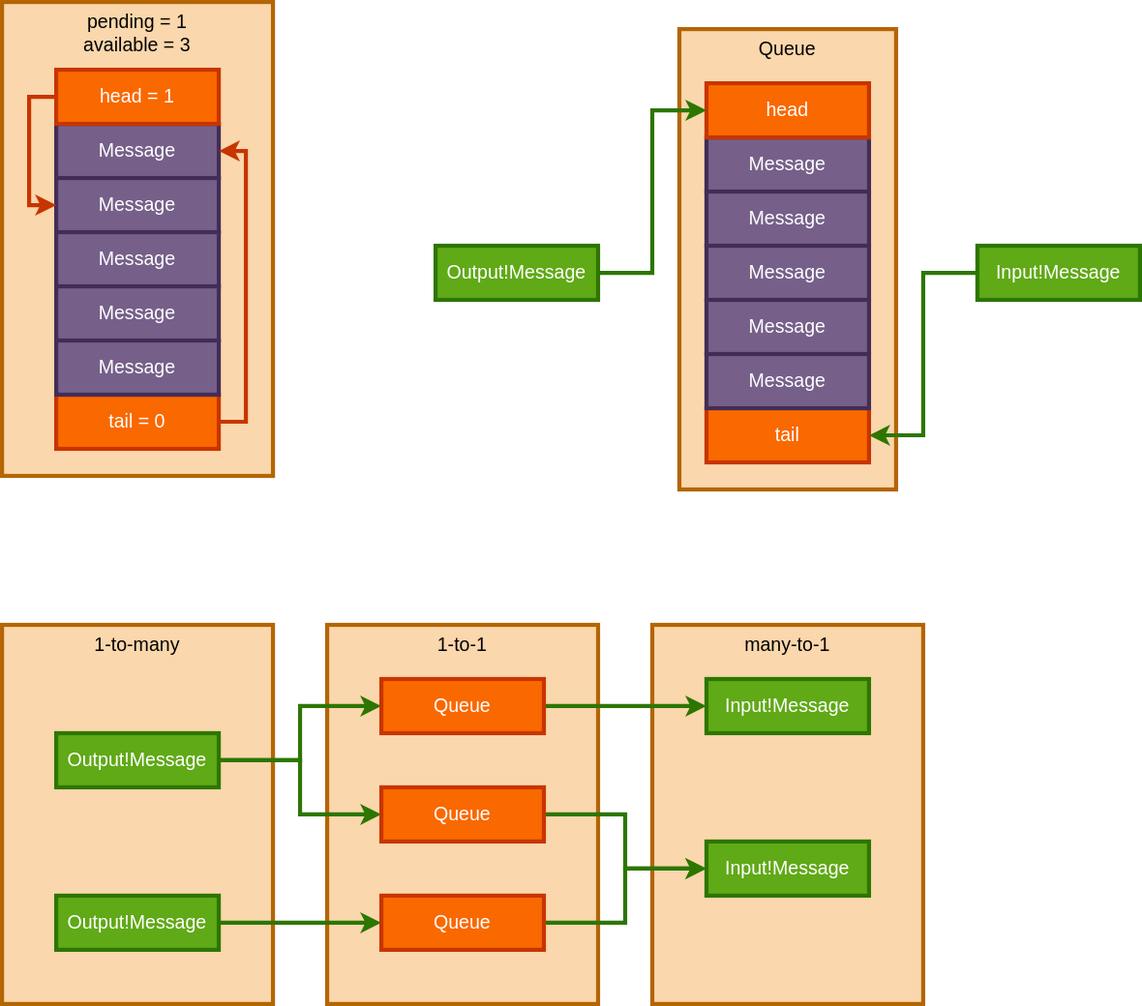
Earlier version of the draw.io export readme.drawio.svg (nin-jin/go.d). Source tidied: cells renumbered, new cells last; positions are measured from the earlier drawing's top-left corner, leaving out a move shared by most shapes.
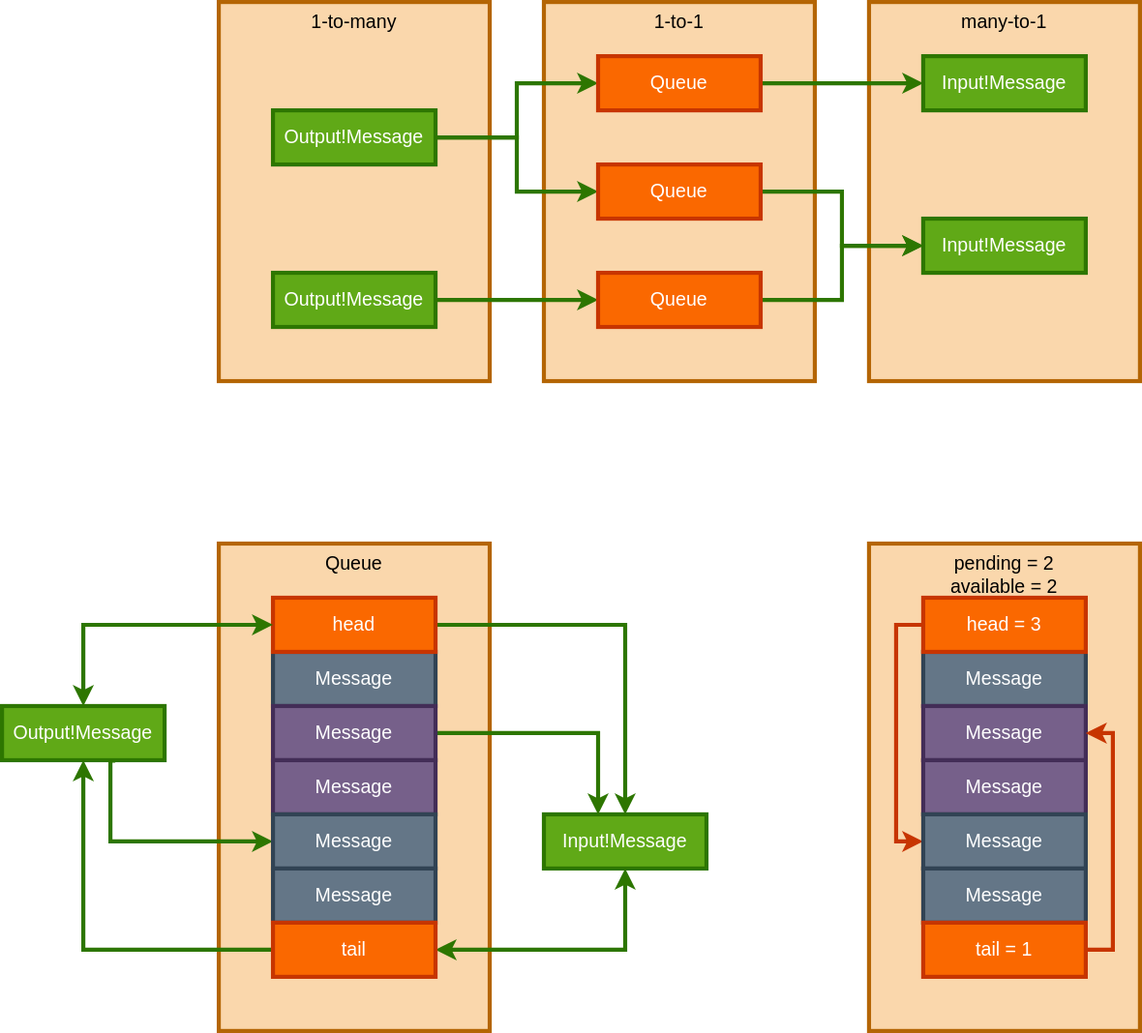
Above is the later version.

Change to the diagram source:
```diff
@@ -3,89 +3,117 @@
     <mxCell id="0" />
     <mxCell id="1" parent="0" />
     <mxCell id="2" value="1-to-1" style="rounded=0;whiteSpace=wrap;html=1;strokeWidth=3;verticalAlign=top;labelPosition=center;verticalLabelPosition=middle;align=center;fillColor=#fad7ac;strokeColor=#b46504;fontColor=#000000;fontStyle=0;fontSize=14;" parent="1" vertex="1">
-      <mxGeometry x="240" y="460" width="200" height="280" as="geometry" />
+      <mxGeometry x="360" y="20" width="200" height="280" as="geometry" />
     </mxCell>
     <mxCell id="3" value="many-to-1" style="rounded=0;whiteSpace=wrap;html=1;strokeWidth=3;verticalAlign=top;labelPosition=center;verticalLabelPosition=middle;align=center;fillColor=#fad7ac;strokeColor=#b46504;fontColor=#000000;fontStyle=0;fontSize=14;" parent="1" vertex="1">
-      <mxGeometry x="480" y="460" width="200" height="280" as="geometry" />
+      <mxGeometry x="600" y="20" width="200" height="280" as="geometry" />
     </mxCell>
     <mxCell id="4" value="1-to-many" style="rounded=0;whiteSpace=wrap;html=1;strokeWidth=3;verticalAlign=top;labelPosition=center;verticalLabelPosition=middle;align=center;fillColor=#fad7ac;strokeColor=#b46504;fontColor=#000000;fontStyle=0;fontSize=14;" parent="1" vertex="1">
-      <mxGeometry y="460" width="200" height="280" as="geometry" />
+      <mxGeometry x="120" y="20" width="200" height="280" as="geometry" />
     </mxCell>
-    <mxCell id="5" value="pending = 1&lt;br&gt;available = 3" style="rounded=0;whiteSpace=wrap;html=1;strokeWidth=3;verticalAlign=top;labelPosition=center;verticalLabelPosition=middle;align=center;fillColor=#fad7ac;strokeColor=#b46504;fontColor=#000000;fontStyle=0;fontSize=14;" parent="1" vertex="1">
-      <mxGeometry width="200" height="350" as="geometry" />
+    <mxCell id="5" value="pending = 2&lt;br&gt;available = 2" style="rounded=0;whiteSpace=wrap;html=1;strokeWidth=3;verticalAlign=top;labelPosition=center;verticalLabelPosition=middle;align=center;fillColor=#fad7ac;strokeColor=#b46504;fontColor=#000000;fontStyle=0;fontSize=14;" parent="1" vertex="1">
+      <mxGeometry x="600" y="420" width="200" height="360" as="geometry" />
     </mxCell>
     <mxCell id="6" value="Queue" style="rounded=0;whiteSpace=wrap;html=1;strokeWidth=3;verticalAlign=top;labelPosition=center;verticalLabelPosition=middle;align=center;fillColor=#fad7ac;strokeColor=#b46504;fontColor=#000000;fontStyle=0;fontSize=14;" parent="1" vertex="1">
-      <mxGeometry x="500" y="20" width="160" height="340" as="geometry" />
+      <mxGeometry x="120" y="420" width="200" height="360" as="geometry" />
     </mxCell>
-    <mxCell id="7" value="Message" style="rounded=0;whiteSpace=wrap;html=1;fillColor=#76608a;strokeColor=#432D57;fontColor=#ffffff;strokeWidth=3;fontStyle=0;fontSize=14;" parent="1" vertex="1">
-      <mxGeometry x="520" y="100" width="120" height="40" as="geometry" />
+    <mxCell id="7" value="Message" style="rounded=0;whiteSpace=wrap;html=1;fillColor=#647687;strokeColor=#314354;fontColor=#ffffff;strokeWidth=3;fontStyle=0;fontSize=14;" parent="1" vertex="1">
+      <mxGeometry x="160" y="500" width="120" height="40" as="geometry" />
     </mxCell>
+    <mxCell id="40" style="edgeStyle=orthogonalEdgeStyle;rounded=0;jettySize=auto;html=1;startArrow=none;startFill=0;endArrow=classic;endFill=1;strokeWidth=3;fillColor=#60a917;strokeColor=#2D7600;" parent="1" edge="1" source="8" target="13">
+      <mxGeometry relative="1" as="geometry">
+        <Array as="points">
+          <mxPoint x="400" y="560" />
+        </Array>
+      </mxGeometry>
+    </mxCell>
     <mxCell id="8" value="Message" style="rounded=0;whiteSpace=wrap;html=1;fillColor=#76608a;strokeColor=#432D57;fontColor=#ffffff;strokeWidth=3;fontStyle=0;fontSize=14;" parent="1" vertex="1">
-      <mxGeometry x="520" y="140" width="120" height="40" as="geometry" />
+      <mxGeometry x="160" y="540" width="120" height="40" as="geometry" />
     </mxCell>
     <mxCell id="9" value="Message" style="rounded=0;whiteSpace=wrap;html=1;fillColor=#76608a;strokeColor=#432D57;fontColor=#ffffff;strokeWidth=3;fontStyle=0;fontSize=14;" parent="1" vertex="1">
-      <mxGeometry x="520" y="180" width="120" height="40" as="geometry" />
+      <mxGeometry x="160" y="580" width="120" height="40" as="geometry" />
     </mxCell>
+    <mxCell id="41" style="edgeStyle=orthogonalEdgeStyle;rounded=0;jettySize=auto;html=1;startArrow=none;startFill=0;endArrow=classic;endFill=1;strokeWidth=3;fillColor=#60a917;strokeColor=#2D7600;" parent="1" edge="1" source="10" target="13">
+      <mxGeometry relative="1" as="geometry">
+        <Array as="points">
+          <mxPoint x="420" y="480" />
+        </Array>
+      </mxGeometry>
+    </mxCell>
     <mxCell id="10" value="head" style="rounded=0;whiteSpace=wrap;html=1;fillColor=#fa6800;strokeColor=#C73500;fontColor=#ffffff;strokeWidth=3;fontStyle=0;fontSize=14;" parent="1" vertex="1">
-      <mxGeometry x="520" y="60" width="120" height="40" as="geometry" />
+      <mxGeometry x="160" y="460" width="120" height="40" as="geometry" />
     </mxCell>
-    <mxCell id="11" value="tail" style="rounded=0;whiteSpace=wrap;html=1;fillColor=#fa6800;strokeColor=#C73500;fontColor=#ffffff;strokeWidth=3;fontStyle=0;fontSize=14;" parent="1" vertex="1">
-      <mxGeometry x="520" y="300" width="120" height="40" as="geometry" />
-    </mxCell>
+    <mxCell id="42" style="edgeStyle=orthogonalEdgeStyle;rounded=0;jettySize=auto;html=1;startArrow=none;startFill=0;endArrow=classic;endFill=1;strokeWidth=3;fillColor=#60a917;strokeColor=#2D7600;" parent="1" edge="1" source="11" target="15">
+      <mxGeometry relative="1" as="geometry" />
+    </mxCell>
-    <mxCell id="12" style="edgeStyle=orthogonalEdgeStyle;rounded=0;jettySize=auto;html=1;entryX=1;entryY=0.5;entryDx=0;entryDy=0;fontSize=14;fontColor=#000000;fillColor=#60a917;strokeColor=#2D7600;strokeWidth=3;" parent="1" edge="1" source="13" target="11">
-      <mxGeometry relative="1" as="geometry" />
+    <mxCell id="12" style="edgeStyle=orthogonalEdgeStyle;rounded=0;jettySize=auto;html=1;entryX=1;entryY=0.5;entryDx=0;entryDy=0;fontSize=14;fontColor=#000000;fillColor=#60a917;strokeColor=#2D7600;strokeWidth=3;startArrow=classic;startFill=1;" parent="1" edge="1" source="13" target="11">
+      <mxGeometry relative="1" as="geometry">
+        <Array as="points">
+          <mxPoint x="420" y="720" />
+        </Array>
+      </mxGeometry>
     </mxCell>
     <mxCell id="13" value="Input!Message" style="rounded=0;whiteSpace=wrap;html=1;fillColor=#60a917;strokeColor=#2D7600;fontColor=#ffffff;strokeWidth=3;fontStyle=0;fontSize=14;" parent="1" vertex="1">
-      <mxGeometry x="720" y="180" width="120" height="40" as="geometry" />
+      <mxGeometry x="360" y="620" width="120" height="40" as="geometry" />
     </mxCell>
-    <mxCell id="14" style="edgeStyle=orthogonalEdgeStyle;rounded=0;jettySize=auto;html=1;entryX=0;entryY=0.5;entryDx=0;entryDy=0;strokeWidth=3;fontSize=14;fontColor=#000000;fillColor=#60a917;strokeColor=#2D7600;" parent="1" edge="1" source="15" target="10">
-      <mxGeometry relative="1" as="geometry" />
+    <mxCell id="14" style="edgeStyle=orthogonalEdgeStyle;rounded=0;jettySize=auto;html=1;entryX=0;entryY=0.5;entryDx=0;entryDy=0;strokeWidth=3;fontSize=14;fontColor=#000000;fillColor=#60a917;strokeColor=#2D7600;startArrow=classic;startFill=1;" parent="1" edge="1" source="15" target="10">
+      <mxGeometry relative="1" as="geometry">
+        <Array as="points">
+          <mxPoint x="20" y="480" />
+        </Array>
+      </mxGeometry>
     </mxCell>
+    <mxCell id="43" style="edgeStyle=orthogonalEdgeStyle;rounded=0;jettySize=auto;html=1;startArrow=none;startFill=0;endArrow=classic;endFill=1;strokeWidth=3;fillColor=#60a917;strokeColor=#2D7600;exitX=0.684;exitY=1.043;exitDx=0;exitDy=0;exitPerimeter=0;" parent="1" edge="1" source="15" target="25">
+      <mxGeometry relative="1" as="geometry">
+        <Array as="points">
+          <mxPoint x="42" y="580" />
+          <mxPoint x="40" y="580" />
+          <mxPoint x="40" y="640" />
+        </Array>
+      </mxGeometry>
+    </mxCell>
     <mxCell id="15" value="Output!Message" style="rounded=0;whiteSpace=wrap;html=1;fillColor=#60a917;strokeColor=#2D7600;fontColor=#ffffff;strokeWidth=3;fontStyle=0;fontSize=14;" parent="1" vertex="1">
-      <mxGeometry x="320" y="180" width="120" height="40" as="geometry" />
+      <mxGeometry x="-40" y="540" width="120" height="40" as="geometry" />
     </mxCell>
-    <mxCell id="16" value="Message" style="rounded=0;whiteSpace=wrap;html=1;fillColor=#76608a;strokeColor=#432D57;fontColor=#ffffff;strokeWidth=3;fontStyle=0;fontSize=14;" parent="1" vertex="1">
-      <mxGeometry x="40" y="90" width="120" height="40" as="geometry" />
+    <mxCell id="16" value="Message" style="rounded=0;whiteSpace=wrap;html=1;fillColor=#647687;strokeColor=#314354;fontColor=#ffffff;strokeWidth=3;fontStyle=0;fontSize=14;" parent="1" vertex="1">
+      <mxGeometry x="640" y="500" width="120" height="40" as="geometry" />
     </mxCell>
     <mxCell id="17" value="Message" style="rounded=0;whiteSpace=wrap;html=1;fillColor=#76608a;strokeColor=#432D57;fontColor=#ffffff;strokeWidth=3;fontStyle=0;fontSize=14;" parent="1" vertex="1">
-      <mxGeometry x="40" y="130" width="120" height="40" as="geometry" />
+      <mxGeometry x="640" y="540" width="120" height="40" as="geometry" />
     </mxCell>
     <mxCell id="18" value="Message" style="rounded=0;whiteSpace=wrap;html=1;fillColor=#76608a;strokeColor=#432D57;fontColor=#ffffff;strokeWidth=3;fontStyle=0;fontSize=14;" parent="1" vertex="1">
-      <mxGeometry x="40" y="170" width="120" height="40" as="geometry" />
+      <mxGeometry x="640" y="580" width="120" height="40" as="geometry" />
     </mxCell>
-    <mxCell id="19" style="edgeStyle=orthogonalEdgeStyle;rounded=0;jettySize=auto;html=1;entryX=0;entryY=0.5;entryDx=0;entryDy=0;strokeWidth=3;fontSize=14;fontColor=#000000;fillColor=#fa6800;strokeColor=#C73500;" parent="1" edge="1" source="20" target="17">
+    <mxCell id="19" style="edgeStyle=orthogonalEdgeStyle;rounded=0;jettySize=auto;html=1;strokeWidth=3;fontSize=14;fontColor=#000000;fillColor=#fa6800;strokeColor=#C73500;" parent="1" edge="1" source="20" target="23">
       <mxGeometry relative="1" as="geometry">
         <Array as="points">
-          <mxPoint x="20" y="70" />
-          <mxPoint x="20" y="150" />
+          <mxPoint x="620" y="480" />
+          <mxPoint x="620" y="640" />
         </Array>
       </mxGeometry>
     </mxCell>
-    <mxCell id="20" value="head = 1" style="rounded=0;whiteSpace=wrap;html=1;fillColor=#fa6800;strokeColor=#C73500;fontColor=#ffffff;strokeWidth=3;fontStyle=0;fontSize=14;" parent="1" vertex="1">
-      <mxGeometry x="40" y="50" width="120" height="40" as="geometry" />
+    <mxCell id="20" value="head = 3" style="rounded=0;whiteSpace=wrap;html=1;fillColor=#fa6800;strokeColor=#C73500;fontColor=#ffffff;strokeWidth=3;fontStyle=0;fontSize=14;" parent="1" vertex="1">
+      <mxGeometry x="640" y="460" width="120" height="40" as="geometry" />
     </mxCell>
-    <mxCell id="21" style="edgeStyle=orthogonalEdgeStyle;rounded=0;jettySize=auto;html=1;entryX=1;entryY=0.5;entryDx=0;entryDy=0;strokeWidth=3;fontSize=14;fontColor=#000000;fillColor=#fa6800;strokeColor=#C73500;" parent="1" edge="1" source="22" target="16">
+    <mxCell id="21" style="edgeStyle=orthogonalEdgeStyle;rounded=0;jettySize=auto;html=1;strokeWidth=3;fontSize=14;fontColor=#000000;fillColor=#fa6800;strokeColor=#C73500;" parent="1" edge="1" source="22" target="17">
       <mxGeometry relative="1" as="geometry">
         <Array as="points">
-          <mxPoint x="180" y="310" />
-          <mxPoint x="180" y="110" />
+          <mxPoint x="780" y="720" />
+          <mxPoint x="780" y="560" />
         </Array>
       </mxGeometry>
     </mxCell>
-    <mxCell id="22" value="tail = 0" style="rounded=0;whiteSpace=wrap;html=1;fillColor=#fa6800;strokeColor=#C73500;fontColor=#ffffff;strokeWidth=3;fontStyle=0;fontSize=14;" parent="1" vertex="1">
-      <mxGeometry x="40" y="290" width="120" height="40" as="geometry" />
-    </mxCell>
-    <mxCell id="23" value="Message" style="rounded=0;whiteSpace=wrap;html=1;fillColor=#76608a;strokeColor=#432D57;fontColor=#ffffff;strokeWidth=3;fontStyle=0;fontSize=14;" parent="1" vertex="1">
-      <mxGeometry x="40" y="210" width="120" height="40" as="geometry" />
+    <mxCell id="23" value="Message" style="rounded=0;whiteSpace=wrap;html=1;fillColor=#647687;strokeColor=#314354;fontColor=#ffffff;strokeWidth=3;fontStyle=0;fontSize=14;" parent="1" vertex="1">
+      <mxGeometry x="640" y="620" width="120" height="40" as="geometry" />
     </mxCell>
-    <mxCell id="24" value="Message" style="rounded=0;whiteSpace=wrap;html=1;fillColor=#76608a;strokeColor=#432D57;fontColor=#ffffff;strokeWidth=3;fontStyle=0;fontSize=14;" parent="1" vertex="1">
-      <mxGeometry x="40" y="250" width="120" height="40" as="geometry" />
+    <mxCell id="24" value="Message" style="rounded=0;whiteSpace=wrap;html=1;fillColor=#647687;strokeColor=#314354;fontColor=#ffffff;strokeWidth=3;fontStyle=0;fontSize=14;" parent="1" vertex="1">
+      <mxGeometry x="640" y="660" width="120" height="40" as="geometry" />
     </mxCell>
-    <mxCell id="25" value="Message" style="rounded=0;whiteSpace=wrap;html=1;fillColor=#76608a;strokeColor=#432D57;fontColor=#ffffff;strokeWidth=3;fontStyle=0;fontSize=14;" parent="1" vertex="1">
-      <mxGeometry x="520" y="220" width="120" height="40" as="geometry" />
+    <mxCell id="25" value="Message" style="rounded=0;whiteSpace=wrap;html=1;fillColor=#647687;strokeColor=#314354;fontColor=#ffffff;strokeWidth=3;fontStyle=0;fontSize=14;" parent="1" vertex="1">
+      <mxGeometry x="160" y="620" width="120" height="40" as="geometry" />
     </mxCell>
-    <mxCell id="26" value="Message" style="rounded=0;whiteSpace=wrap;html=1;fillColor=#76608a;strokeColor=#432D57;fontColor=#ffffff;strokeWidth=3;fontStyle=0;fontSize=14;" parent="1" vertex="1">
-      <mxGeometry x="520" y="260" width="120" height="40" as="geometry" />
+    <mxCell id="26" value="Message" style="rounded=0;whiteSpace=wrap;html=1;fillColor=#647687;strokeColor=#314354;fontColor=#ffffff;strokeWidth=3;fontStyle=0;fontSize=14;" parent="1" vertex="1">
+      <mxGeometry x="160" y="660" width="120" height="40" as="geometry" />
     </mxCell>
     <mxCell id="27" style="edgeStyle=orthogonalEdgeStyle;rounded=0;jettySize=auto;html=1;fillColor=#60a917;strokeColor=#2D7600;strokeWidth=3;" parent="1" edge="1" source="29" target="32">
       <mxGeometry relative="1" as="geometry" />
@@ -94,16 +122,16 @@
       <mxGeometry relative="1" as="geometry" />
     </mxCell>
     <mxCell id="29" value="Output!Message" style="rounded=0;whiteSpace=wrap;html=1;fillColor=#60a917;strokeColor=#2D7600;fontColor=#ffffff;strokeWidth=3;fontStyle=0;fontSize=14;" parent="1" vertex="1">
-      <mxGeometry x="40" y="540" width="120" height="40" as="geometry" />
+      <mxGeometry x="160" y="100" width="120" height="40" as="geometry" />
     </mxCell>
     <mxCell id="30" style="edgeStyle=orthogonalEdgeStyle;rounded=0;jettySize=auto;html=1;strokeWidth=3;fillColor=#60a917;strokeColor=#2D7600;endArrow=none;endFill=0;startArrow=classic;startFill=1;" parent="1" edge="1" source="31" target="32">
       <mxGeometry relative="1" as="geometry" />
     </mxCell>
     <mxCell id="31" value="Input!Message" style="rounded=0;whiteSpace=wrap;html=1;fillColor=#60a917;strokeColor=#2D7600;fontColor=#ffffff;strokeWidth=3;fontStyle=0;fontSize=14;" parent="1" vertex="1">
-      <mxGeometry x="520" y="500" width="120" height="40" as="geometry" />
+      <mxGeometry x="640" y="60" width="120" height="40" as="geometry" />
     </mxCell>
     <mxCell id="32" value="Queue" style="rounded=0;whiteSpace=wrap;html=1;fillColor=#fa6800;strokeColor=#C73500;fontColor=#ffffff;strokeWidth=3;fontStyle=0;fontSize=14;" parent="1" vertex="1">
-      <mxGeometry x="280" y="500" width="120" height="40" as="geometry" />
+      <mxGeometry x="400" y="60" width="120" height="40" as="geometry" />
     </mxCell>
     <mxCell id="33" style="edgeStyle=orthogonalEdgeStyle;rounded=0;jettySize=auto;html=1;strokeWidth=3;fillColor=#60a917;strokeColor=#2D7600;endArrow=none;endFill=0;startArrow=classic;startFill=1;" parent="1" edge="1" source="35" target="39">
       <mxGeometry relative="1" as="geometry" />
@@ -112,19 +140,25 @@
       <mxGeometry relative="1" as="geometry" />
     </mxCell>
     <mxCell id="35" value="Input!Message" style="rounded=0;whiteSpace=wrap;html=1;fillColor=#60a917;strokeColor=#2D7600;fontColor=#ffffff;strokeWidth=3;fontStyle=0;fontSize=14;" parent="1" vertex="1">
-      <mxGeometry x="520" y="620" width="120" height="40" as="geometry" />
+      <mxGeometry x="640" y="180" width="120" height="40" as="geometry" />
     </mxCell>
     <mxCell id="36" value="Queue" style="rounded=0;whiteSpace=wrap;html=1;fillColor=#fa6800;strokeColor=#C73500;fontColor=#ffffff;strokeWidth=3;fontStyle=0;fontSize=14;" parent="1" vertex="1">
-      <mxGeometry x="280" y="580" width="120" height="40" as="geometry" />
+      <mxGeometry x="400" y="140" width="120" height="40" as="geometry" />
     </mxCell>
     <mxCell id="37" style="edgeStyle=orthogonalEdgeStyle;rounded=0;jettySize=auto;html=1;strokeWidth=3;fillColor=#60a917;strokeColor=#2D7600;" parent="1" edge="1" source="38" target="39">
       <mxGeometry relative="1" as="geometry" />
     </mxCell>
     <mxCell id="38" value="Output!Message" style="rounded=0;whiteSpace=wrap;html=1;fillColor=#60a917;strokeColor=#2D7600;fontColor=#ffffff;strokeWidth=3;fontStyle=0;fontSize=14;" parent="1" vertex="1">
-      <mxGeometry x="40" y="660" width="120" height="40" as="geometry" />
+      <mxGeometry x="160" y="220" width="120" height="40" as="geometry" />
     </mxCell>
     <mxCell id="39" value="Queue" style="rounded=0;whiteSpace=wrap;html=1;fillColor=#fa6800;strokeColor=#C73500;fontColor=#ffffff;strokeWidth=3;fontStyle=0;fontSize=14;" parent="1" vertex="1">
-      <mxGeometry x="280" y="660" width="120" height="40" as="geometry" />
+      <mxGeometry x="400" y="220" width="120" height="40" as="geometry" />
     </mxCell>
+    <mxCell id="22" value="tail = 1" style="rounded=0;whiteSpace=wrap;html=1;fillColor=#fa6800;strokeColor=#C73500;fontColor=#ffffff;strokeWidth=3;fontStyle=0;fontSize=14;" parent="1" vertex="1">
+      <mxGeometry x="640" y="700" width="120" height="40" as="geometry" />
+    </mxCell>
+    <mxCell id="11" value="tail" style="rounded=0;whiteSpace=wrap;html=1;fillColor=#fa6800;strokeColor=#C73500;fontColor=#ffffff;strokeWidth=3;fontStyle=0;fontSize=14;" parent="1" vertex="1">
+      <mxGeometry x="160" y="700" width="120" height="40" as="geometry" />
+    </mxCell>
   </root>
 </mxGraphModel>
```
